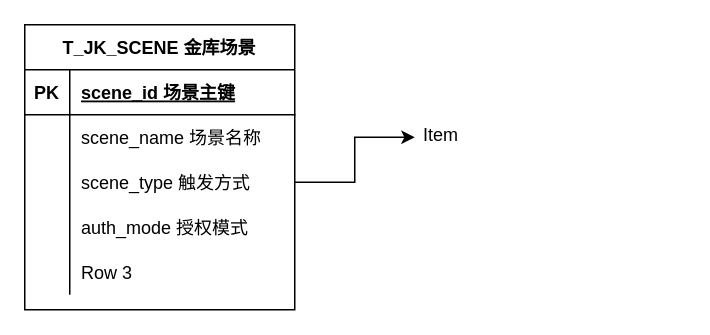
Before: page "表结构" (1 of 2) of 二期db设计.drawio in 158698706/qhdx, a draw.io diagram. Source tidied: cells renumbered, new cells numbered last; positions are measured from the earlier drawing's top-left corner, leaving out a move shared by most shapes. Both pictures are drawn from the tidied source at 150%, with x=0, y=0 at pixel (24, 24).
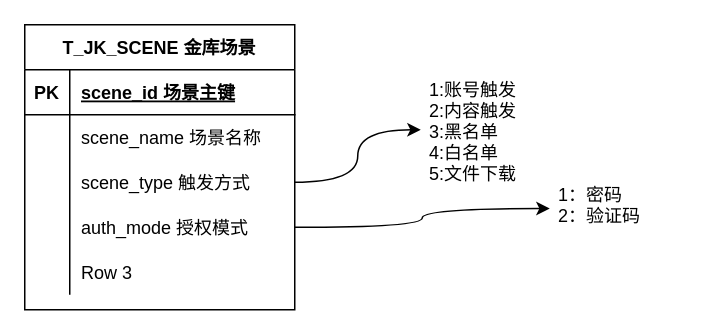
The same diagram, later.

Commit message (it also covers changes not shown here):
更新二期db设计.drawio

Unchanged cells that the change refers to:
```xml
<mxCell id="9" style="shape=partialRectangle;fillColor=none;top=0;left=0;bottom=0;right=0;points=[[0,0.5],[1,0.5]];portConstraint=eastwest;" parent="2" vertex="1">
  <mxGeometry y="90" width="180" height="30" as="geometry" />
</mxCell>
<mxCell id="12" style="shape=partialRectangle;fillColor=none;top=0;left=0;bottom=0;right=0;points=[[0,0.5],[1,0.5]];portConstraint=eastwest;" parent="2" vertex="1">
  <mxGeometry y="120" width="180" height="30" as="geometry" />
</mxCell>
```

Diff of the diagram source:
```diff
@@
-    <mxCell id="18" style="edgeStyle=orthogonalEdgeStyle;rounded=0;jettySize=auto;html=1;" parent="1" edge="1" source="9" target="19">
+    <mxCell id="18" style="edgeStyle=orthogonalEdgeStyle;rounded=0;jettySize=auto;html=1;curved=1;" parent="1" edge="1" source="9" target="19">
       <mxGeometry relative="1" as="geometry" />
     </mxCell>
-    <mxCell id="19" value="Item" style="text;strokeColor=none;fillColor=none;spacingLeft=4;spacingRight=4;overflow=hidden;points=[[0,0.5],[1,0.5]];portConstraint=eastwest;fontSize=12;" parent="1" vertex="1">
-      <mxGeometry x="260" y="60" width="40" height="30" as="geometry" />
+    <mxCell id="19" value="1:账号触发&#10;2:内容触发 &#10;3:黑名单 &#10;4:白名单 &#10;5:文件下载" style="text;strokeColor=none;fillColor=none;spacingLeft=4;spacingRight=4;overflow=hidden;points=[[0,0.5],[1,0.5]];portConstraint=eastwest;fontSize=12;" parent="1" vertex="1">
+      <mxGeometry x="264" y="30" width="90" height="80" as="geometry" />
     </mxCell>
+    <mxCell id="20" style="edgeStyle=orthogonalEdgeStyle;curved=1;rounded=0;jettySize=auto;html=1;" parent="1" edge="1" source="12" target="21">
+      <mxGeometry relative="1" as="geometry" />
+    </mxCell>
+    <mxCell id="21" value="1：密码&#10;2：验证码" style="text;strokeColor=none;fillColor=none;spacingLeft=4;spacingRight=4;overflow=hidden;points=[[0,0.5],[1,0.5]];portConstraint=eastwest;fontSize=12;" parent="1" vertex="1">
+      <mxGeometry x="350" y="100" width="90" height="45" as="geometry" />
+    </mxCell>
```
